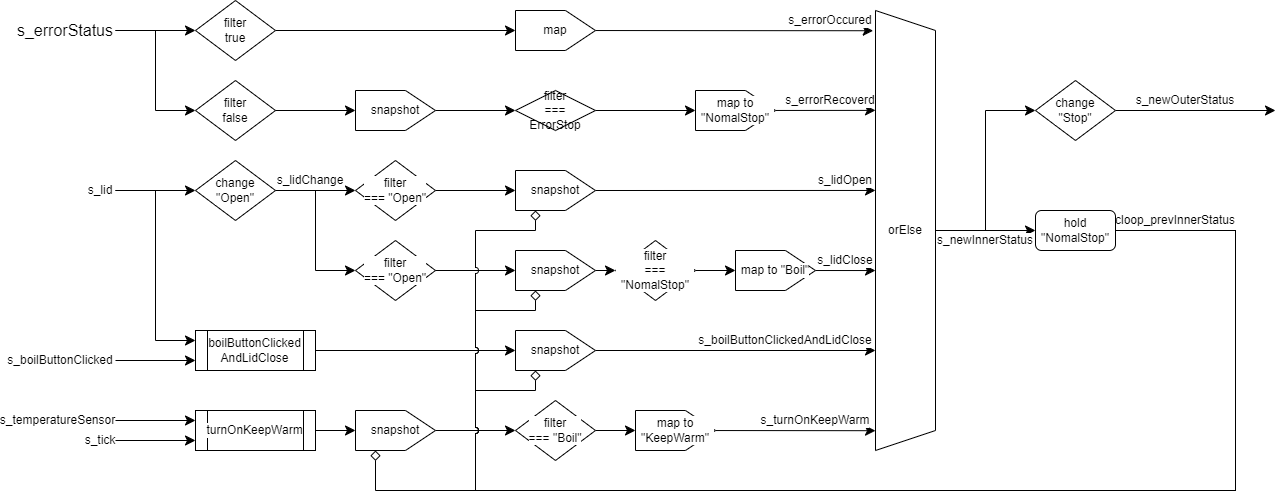
The draw.io diagram images/status/status.png in suzuki-taro-unofficial/frpot, before a commit. Source tidied: cells renumbered, new cells last; positions are measured from the earlier drawing's top-left corner, leaving out a move shared by most shapes.
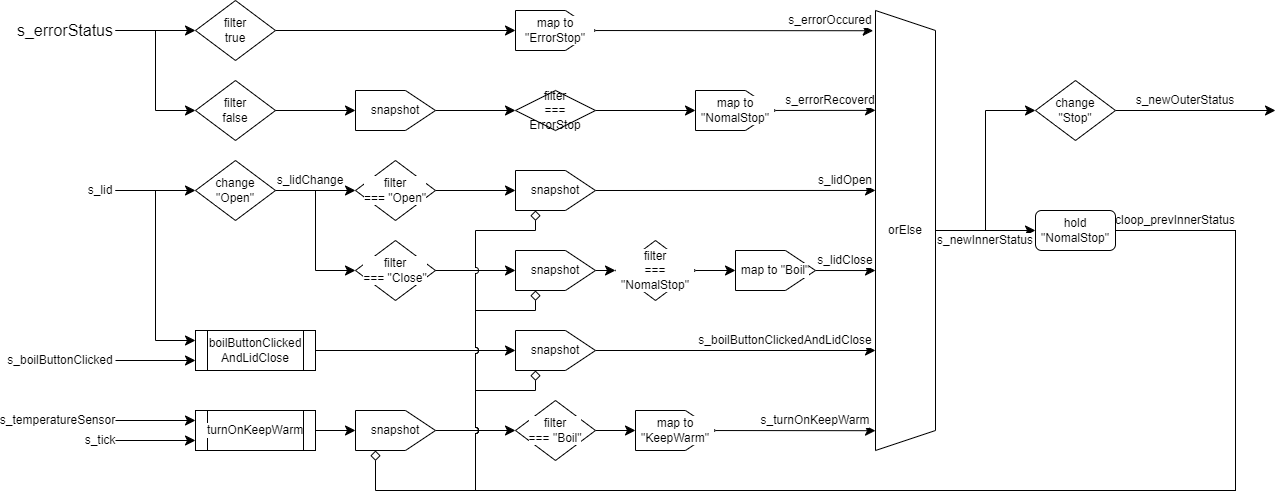
Above is the later version.

The edit, as a diff of the source:
```diff
@@ -25,7 +25,7 @@
     <mxCell id="7" style="edgeStyle=none;shape=connector;curved=0;rounded=0;jumpStyle=arc;jettySize=auto;html=1;strokeColor=default;align=center;verticalAlign=middle;fontFamily=Helvetica;fontSize=12;fontColor=default;labelBackgroundColor=default;startSize=8;endArrow=classic;endSize=8;entryX=0.046;entryY=1.039;entryDx=0;entryDy=0;entryPerimeter=0;" parent="1" edge="1" source="8" target="59">
       <mxGeometry relative="1" as="geometry" />
     </mxCell>
-    <mxCell id="8" value="map" style="shape=offPageConnector;whiteSpace=wrap;html=1;fontFamily=Helvetica;fontSize=12;fontColor=default;labelBackgroundColor=default;direction=north;" parent="1" vertex="1">
+    <mxCell id="8" value="map to &quot;ErrorStop&quot;" style="shape=offPageConnector;whiteSpace=wrap;html=1;fontFamily=Helvetica;fontSize=12;fontColor=default;labelBackgroundColor=default;direction=north;" parent="1" vertex="1">
       <mxGeometry x="515" y="10" width="80" height="40" as="geometry" />
     </mxCell>
     <mxCell id="9" value="s_errorOccured" style="text;html=1;align=center;verticalAlign=middle;whiteSpace=wrap;rounded=0;fontSize=12;fontFamily=Helvetica;fontColor=default;labelBackgroundColor=default;" parent="1" vertex="1">
@@ -107,7 +107,7 @@
     <mxCell id="31" style="edgeStyle=none;shape=connector;curved=0;rounded=0;jumpStyle=arc;jettySize=auto;html=1;entryX=0.5;entryY=0;entryDx=0;entryDy=0;strokeColor=default;align=center;verticalAlign=middle;fontFamily=Helvetica;fontSize=12;fontColor=default;labelBackgroundColor=default;startSize=8;endArrow=classic;endSize=8;" parent="1" edge="1" source="32" target="34">
       <mxGeometry relative="1" as="geometry" />
     </mxCell>
-    <mxCell id="32" value="filter&lt;div&gt;=== &quot;Open&quot;&lt;/div&gt;" style="rhombus;whiteSpace=wrap;html=1;fontFamily=Helvetica;fontSize=12;fontColor=default;labelBackgroundColor=default;" parent="1" vertex="1">
+    <mxCell id="32" value="filter&lt;div&gt;=== &quot;Close&quot;&lt;/div&gt;" style="rhombus;whiteSpace=wrap;html=1;fontFamily=Helvetica;fontSize=12;fontColor=default;labelBackgroundColor=default;" parent="1" vertex="1">
       <mxGeometry x="355" y="240" width="80" height="60" as="geometry" />
     </mxCell>
     <mxCell id="33" style="edgeStyle=none;shape=connector;curved=0;rounded=0;jumpStyle=arc;jettySize=auto;html=1;entryX=0;entryY=0.5;entryDx=0;entryDy=0;strokeColor=default;align=center;verticalAlign=middle;fontFamily=Helvetica;fontSize=12;fontColor=default;labelBackgroundColor=default;startSize=8;endArrow=classic;endSize=8;" parent="1" edge="1" source="34" target="36">
```
